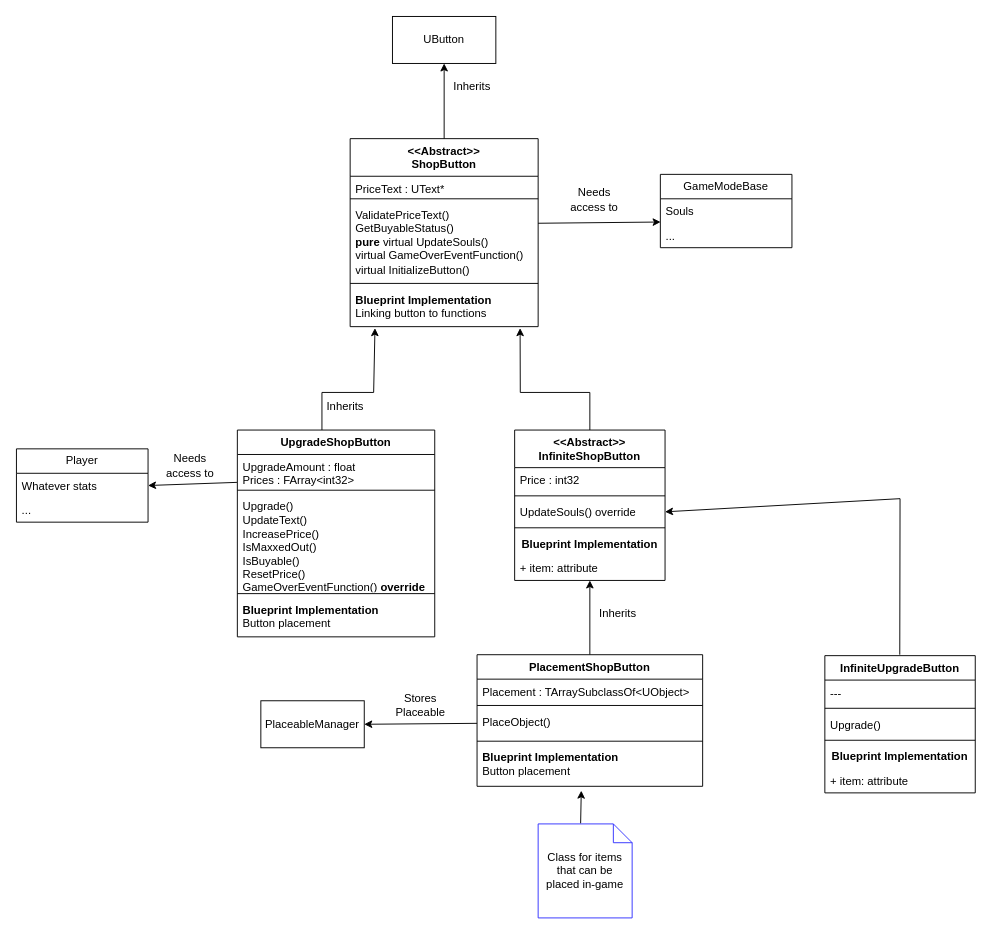
Above: Design/ShopButtonDesign.drawio in Edge321/DragonsDefense_v2 (draw.io), before the change. Source tidied: cells renumbered, new cells numbered last; positions are measured from the earlier drawing's top-left corner, leaving out a move shared by most shapes. Both pictures are drawn from the tidied source at 94%, with x=0, y=0 at pixel (16, 16).
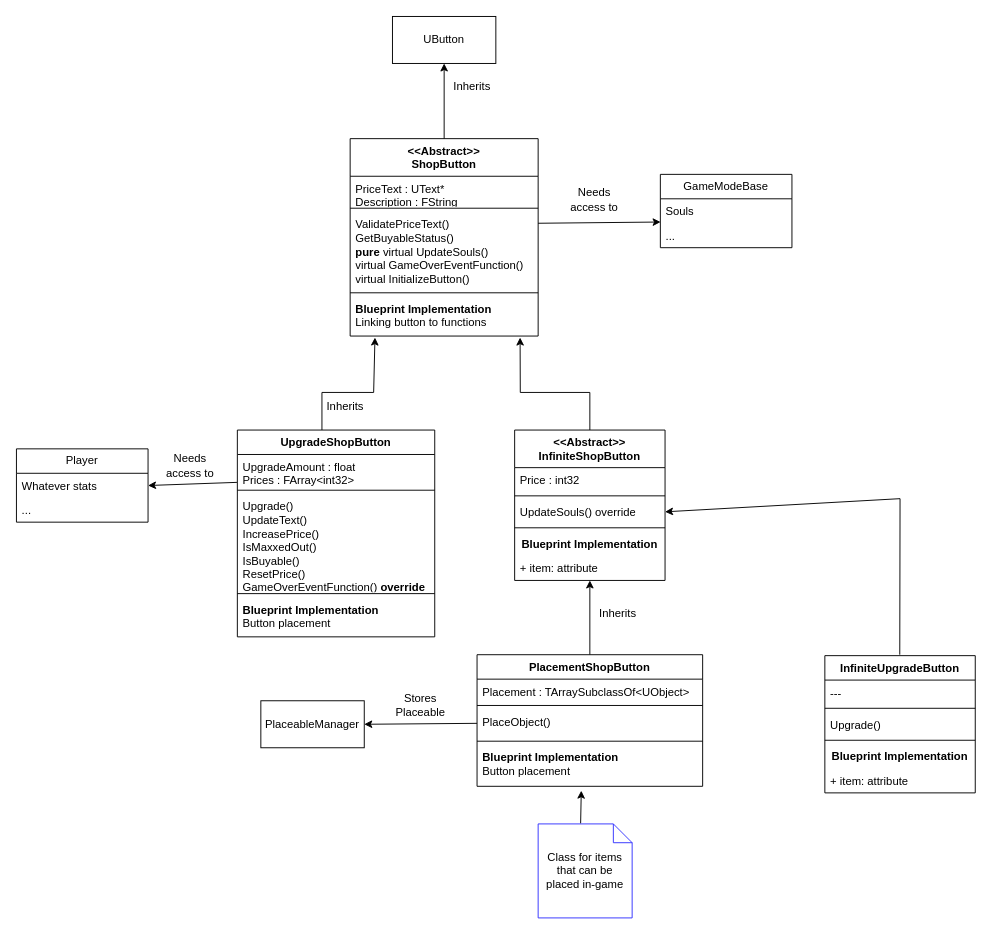
The same page after the edit.

Change to the diagram source:
```diff
@@
     <mxCell id="2" value="&amp;lt;&amp;lt;Abstract&amp;gt;&amp;gt;&lt;br&gt;ShopButton" style="swimlane;fontStyle=1;align=center;verticalAlign=top;horizontal=1;startSize=40;whiteSpace=wrap;html=1;" parent="1" vertex="1">
-      <mxGeometry x="355" y="130" width="200" height="200" as="geometry" />
+      <mxGeometry x="355" y="130" width="200" height="210" as="geometry" />
     </mxCell>
-    <mxCell id="3" value="PriceText : UText*" style="text;strokeColor=none;fillColor=none;align=left;verticalAlign=top;spacingLeft=4;spacingRight=4;overflow=hidden;whiteSpace=wrap;html=1;" parent="2" vertex="1">
-      <mxGeometry y="40" width="200" height="20" as="geometry" />
+    <mxCell id="3" value="PriceText : UText*&lt;div&gt;Description : FString&lt;/div&gt;" style="text;strokeColor=none;fillColor=none;align=left;verticalAlign=top;spacingLeft=4;spacingRight=4;overflow=hidden;whiteSpace=wrap;html=1;" parent="2" vertex="1">
+      <mxGeometry y="40" width="200" height="30" as="geometry" />
     </mxCell>
     <mxCell id="4" style="line;strokeWidth=1;fillColor=none;align=left;verticalAlign=middle;spacingTop=-1;spacingLeft=3;spacingRight=3;labelPosition=right;strokeColor=inherit;" parent="2" vertex="1">
-      <mxGeometry y="60" width="200" height="8" as="geometry" />
+      <mxGeometry y="70" width="200" height="8" as="geometry" />
     </mxCell>
     <mxCell id="5" value="ValidatePriceText()&lt;br&gt;GetBuyableStatus()&lt;br&gt;&lt;b&gt;pure&amp;nbsp;&lt;/b&gt;virtual UpdateSouls()&lt;br&gt;virtual GameOverEventFunction()&lt;br&gt;virtual InitializeButton()" style="text;strokeColor=none;fillColor=none;align=left;verticalAlign=top;spacingLeft=4;spacingRight=4;overflow=hidden;whiteSpace=wrap;html=1;" parent="2" vertex="1">
-      <mxGeometry y="68" width="200" height="82" as="geometry" />
+      <mxGeometry y="78" width="200" height="82" as="geometry" />
     </mxCell>
     <mxCell id="6" style="line;strokeWidth=1;fillColor=none;align=left;verticalAlign=middle;spacingTop=-1;spacingLeft=3;spacingRight=3;labelPosition=right;strokeColor=inherit;" parent="2" vertex="1">
-      <mxGeometry y="150" width="200" height="8" as="geometry" />
+      <mxGeometry y="160" width="200" height="8" as="geometry" />
     </mxCell>
     <mxCell id="7" value="&lt;b&gt;Blueprint Implementation&lt;/b&gt;&lt;br&gt;Linking button to functions" style="text;strokeColor=none;fillColor=none;align=left;verticalAlign=top;spacingLeft=4;spacingRight=4;overflow=hidden;points=[[0,0.5],[1,0.5]];portConstraint=eastwest;whiteSpace=wrap;html=1;" parent="2" vertex="1">
-      <mxGeometry y="158" width="200" height="42" as="geometry" />
+      <mxGeometry y="168" width="200" height="42" as="geometry" />
     </mxCell>
```
